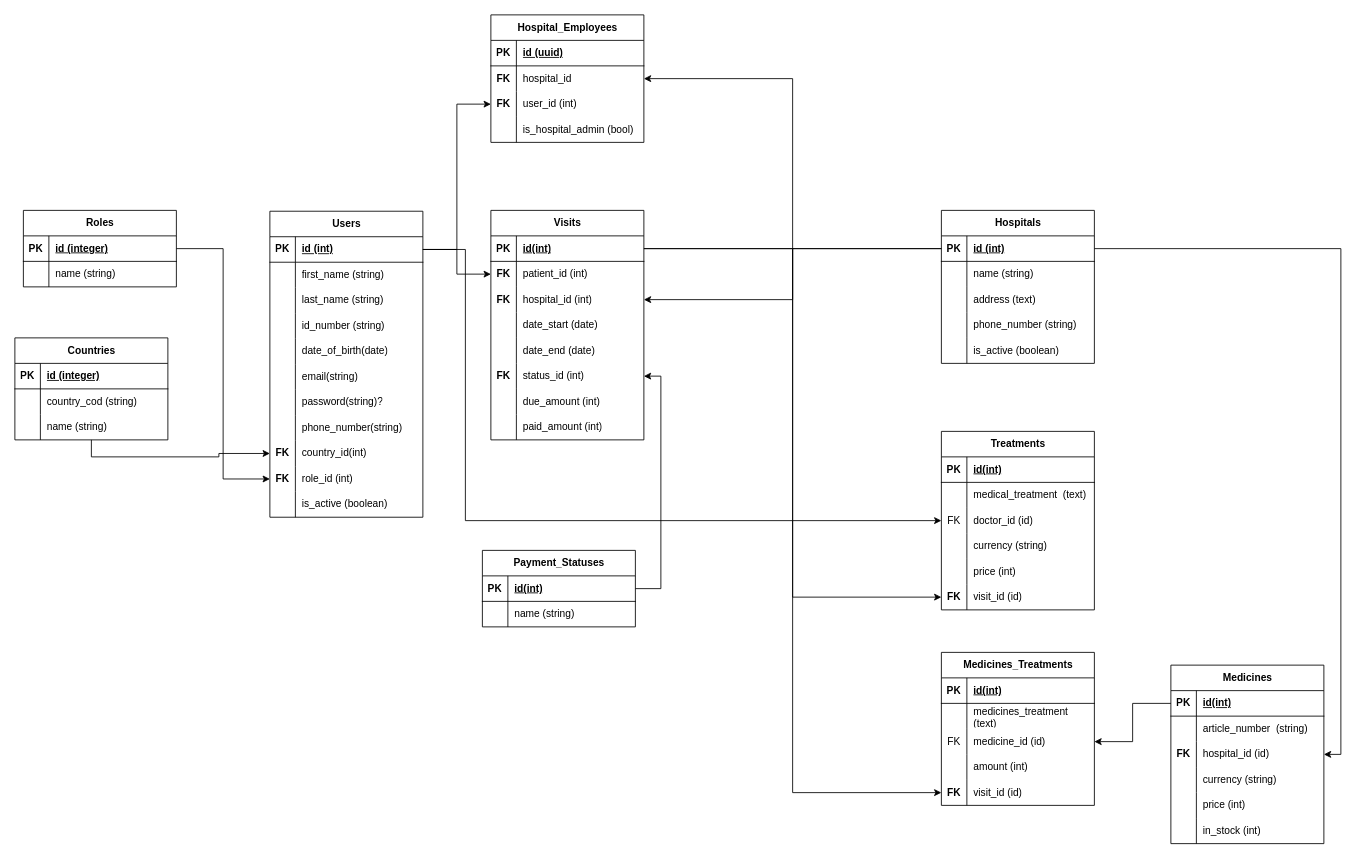
Above: Untitled Diagram.drawio in fao30/hospital-management-be (draw.io), before the change. Source tidied: cells renumbered, new cells numbered last; positions are measured from the earlier drawing's top-left corner, leaving out a move shared by most shapes. Both pictures are drawn from the tidied source at 85%, with x=0, y=0 at pixel (14, 14).
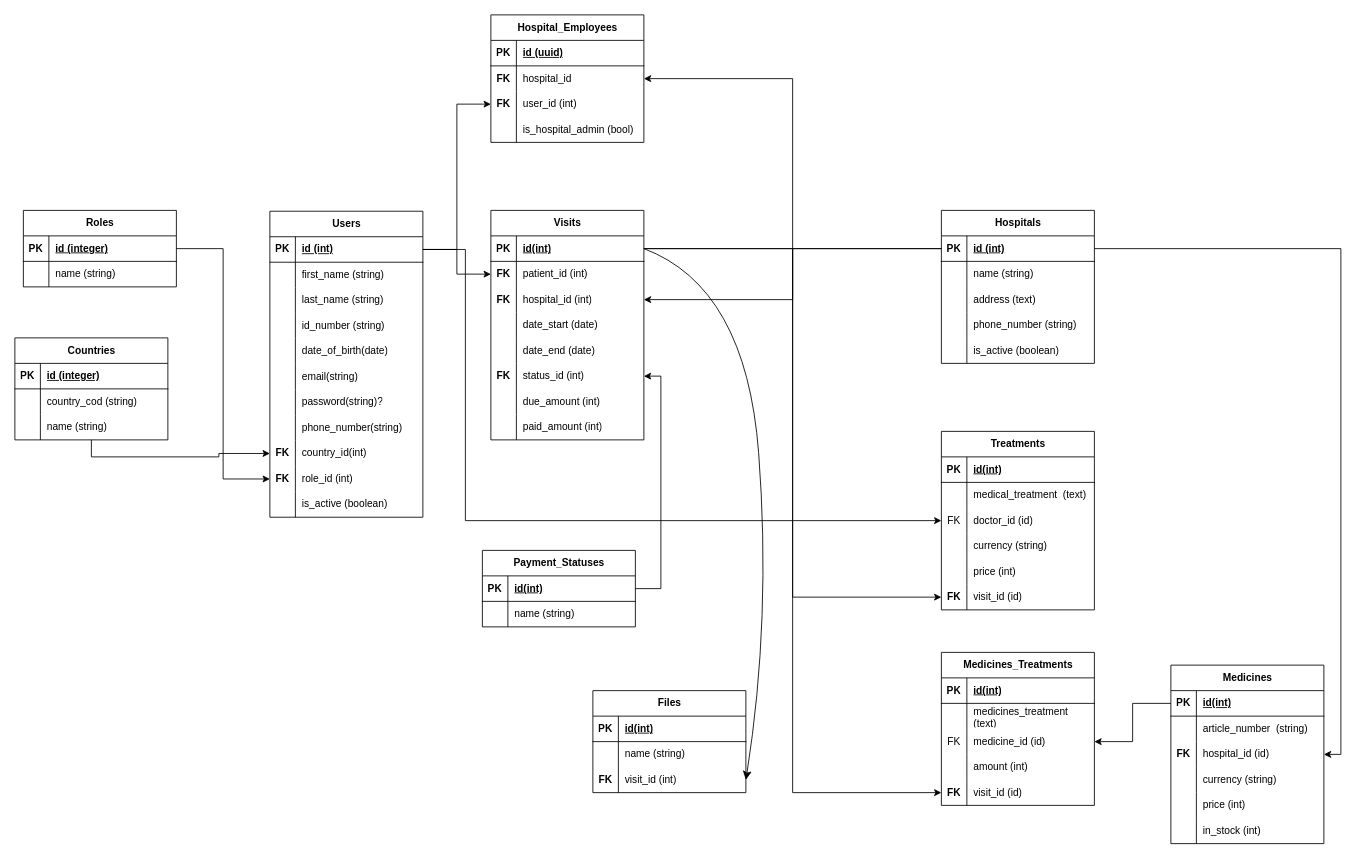
After the change.

The change refers to these unchanged cells:
```xml
<mxCell id="72" style="shape=tableRow;horizontal=0;startSize=0;swimlaneHead=0;swimlaneBody=0;fillColor=none;points=[[0,0.5],[1,0.5]];portConstraint=eastwest;top=0;left=0;right=0;bottom=1;" parent="71" vertex="1">
  <mxGeometry y="30" width="180" height="30" as="geometry" />
</mxCell>
```

Diff of the diagram source:
```diff
@@
+    <mxCell id="180" value="Files" style="shape=table;startSize=30;childLayout=tableLayout;rowLines=0;fontStyle=1;align=center;html=1;" parent="1" vertex="1">
+      <mxGeometry x="680" y="795" width="180" height="120" as="geometry" />
+    </mxCell>
+    <mxCell id="181" style="shape=tableRow;horizontal=0;startSize=0;swimlaneHead=0;swimlaneBody=0;fillColor=none;top=0;left=0;right=0;bottom=1;" parent="180" vertex="1">
+      <mxGeometry y="30" width="180" height="30" as="geometry" />
+    </mxCell>
+    <mxCell id="182" value="PK" style="shape=partialRectangle;fillColor=none;top=0;left=0;bottom=0;right=0;fontStyle=1;overflow=hidden;whiteSpace=wrap;html=1;" parent="181" vertex="1">
+      <mxGeometry width="30" height="30" as="geometry" />
+    </mxCell>
+    <mxCell id="183" value="id(int)" style="shape=partialRectangle;fillColor=none;top=0;left=0;bottom=0;right=0;align=left;spacingLeft=6;fontStyle=5;overflow=hidden;whiteSpace=wrap;html=1;" parent="181" vertex="1">
+      <mxGeometry x="30" width="150" height="30" as="geometry" />
+    </mxCell>
+    <mxCell id="184" style="shape=tableRow;horizontal=0;startSize=0;swimlaneHead=0;swimlaneBody=0;fillColor=none;top=0;left=0;right=0;bottom=0;" parent="180" vertex="1">
+      <mxGeometry y="60" width="180" height="30" as="geometry" />
+    </mxCell>
+    <mxCell id="185" style="shape=partialRectangle;fillColor=none;top=0;left=0;bottom=0;right=0;overflow=hidden;whiteSpace=wrap;html=1;" parent="184" vertex="1">
+      <mxGeometry width="30" height="30" as="geometry" />
+    </mxCell>
+    <mxCell id="186" value="name (string)" style="shape=partialRectangle;fillColor=none;top=0;left=0;bottom=0;right=0;align=left;spacingLeft=6;overflow=hidden;whiteSpace=wrap;html=1;" parent="184" vertex="1">
+      <mxGeometry x="30" width="150" height="30" as="geometry" />
+    </mxCell>
+    <mxCell id="187" style="shape=tableRow;horizontal=0;startSize=0;swimlaneHead=0;swimlaneBody=0;fillColor=none;points=[[0,0.5],[1,0.5]];portConstraint=eastwest;top=0;left=0;right=0;bottom=0;" parent="180" vertex="1">
+      <mxGeometry y="90" width="180" height="30" as="geometry" />
+    </mxCell>
+    <mxCell id="188" value="&lt;b&gt;FK&lt;/b&gt;" style="shape=partialRectangle;fillColor=none;top=0;left=0;bottom=0;right=0;overflow=hidden;whiteSpace=wrap;html=1;" parent="187" vertex="1">
+      <mxGeometry width="30" height="30" as="geometry" />
+    </mxCell>
+    <mxCell id="189" value="visit_id (int)" style="shape=partialRectangle;fillColor=none;top=0;left=0;bottom=0;right=0;align=left;spacingLeft=6;overflow=hidden;whiteSpace=wrap;html=1;" parent="187" vertex="1">
+      <mxGeometry x="30" width="150" height="30" as="geometry" />
+    </mxCell>
+    <mxCell id="190" style="edgeStyle=none;curved=1;rounded=0;jettySize=auto;html=1;entryX=1;entryY=0.5;entryDx=0;entryDy=0;fontSize=12;startSize=8;endSize=8;exitX=1;exitY=0.5;exitDx=0;exitDy=0;" parent="1" edge="1" source="72" target="187">
+      <mxGeometry relative="1" as="geometry">
+        <Array as="points">
+          <mxPoint x="860" y="320" />
+          <mxPoint x="890" y="710" />
+        </Array>
+      </mxGeometry>
+    </mxCell>
```
